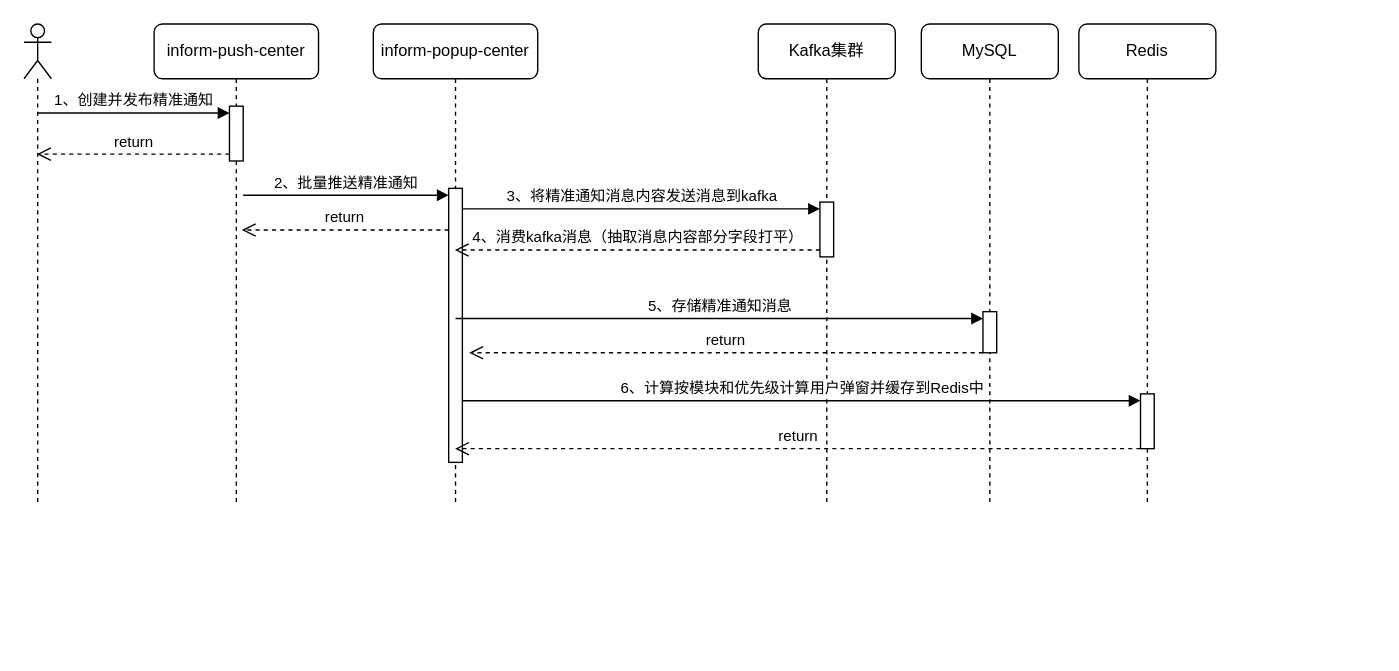
The draw.io diagram 创建并发布通知.drawio in git4long/gitdemo, before the edit. Source tidied: cells renumbered, new cells numbered last; positions are measured from the earlier drawing's top-left corner, leaving out a move shared by most shapes. Both pictures are drawn from the tidied source at 137%, with x=0, y=0 at pixel (23, 23).
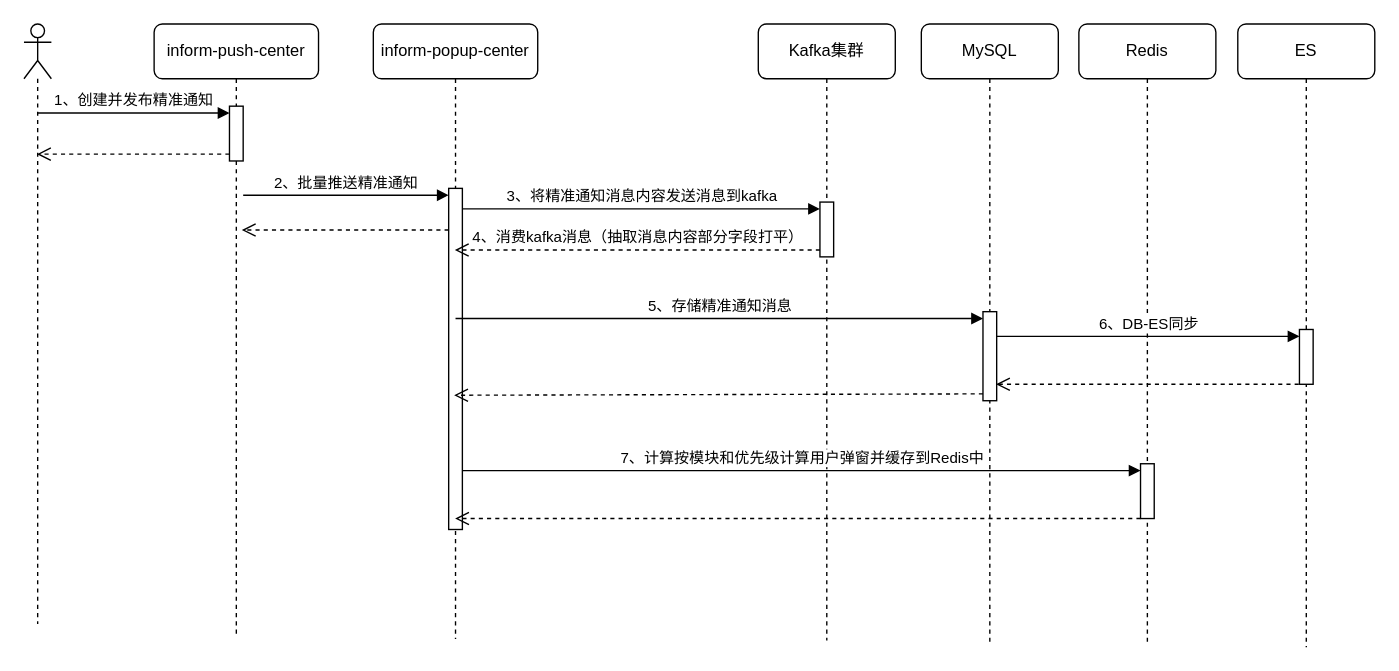
Above is the later version.

Commit message:
更新创建并发布通知.drawio

The change refers to these unchanged cells:
```xml
<mxCell id="3" style="html=1;points=[[0,0,0,0,5],[0,1,0,0,-5],[1,0,0,0,5],[1,1,0,0,-5]];perimeter=orthogonalPerimeter;outlineConnect=0;targetShapes=umlLifeline;portConstraint=eastwest;newEdgeStyle={&quot;curved&quot;:0,&quot;rounded&quot;:0};" parent="2" vertex="1">
  <mxGeometry x="55" y="60" width="10" height="40" as="geometry" />
</mxCell>
```

The edit, as a diff of the source:
```diff
@@
     <mxCell id="2" value="inform-push-center" style="shape=umlLifeline;whiteSpace=wrap;html=1;newEdgeStyle={&quot;curved&quot;:0,&quot;rounded&quot;:0};rounded=1;perimeter=rectanglePerimeter;targetShapes=umlLifeline;participant=label;" parent="1" vertex="1">
-      <mxGeometry x="95" width="120" height="350" as="geometry" />
+      <mxGeometry x="95" width="120" height="447" as="geometry" />
     </mxCell>
@@
     <mxCell id="4" style="shape=umlLifeline;perimeter=lifelinePerimeter;whiteSpace=wrap;html=1;outlineConnect=0;portConstraint=eastwest;newEdgeStyle={&quot;curved&quot;:0,&quot;rounded&quot;:0};participant=umlActor;" parent="1" vertex="1">
-      <mxGeometry width="20" height="350" as="geometry" />
+      <mxGeometry width="20" height="438" as="geometry" />
     </mxCell>
@@
-    <mxCell id="6" value="return" style="html=1;verticalAlign=bottom;endArrow=open;dashed=1;endSize=8;curved=0;rounded=0;exitX=0;exitY=1;exitDx=0;exitDy=-5;" parent="1" edge="1" source="3" target="4">
+    <mxCell id="6" style="html=1;verticalAlign=bottom;endArrow=open;dashed=1;endSize=8;curved=0;rounded=0;exitX=0;exitY=1;exitDx=0;exitDy=-5;" parent="1" edge="1" source="3" target="4">
       <mxGeometry relative="1" as="geometry" />
     </mxCell>
     <mxCell id="7" value="inform-popup-center" style="shape=umlLifeline;perimeter=lifelinePerimeter;whiteSpace=wrap;html=1;outlineConnect=0;portConstraint=eastwest;newEdgeStyle={&quot;curved&quot;:0,&quot;rounded&quot;:0};rounded=1;" parent="1" vertex="1">
-      <mxGeometry x="255" width="120" height="350" as="geometry" />
+      <mxGeometry x="255" width="120" height="449" as="geometry" />
     </mxCell>
     <mxCell id="8" style="html=1;points=[[0,0,0,0,5],[0,1,0,0,-5],[1,0,0,0,5],[1,1,0,0,-5]];perimeter=orthogonalPerimeter;outlineConnect=0;targetShapes=umlLifeline;portConstraint=eastwest;newEdgeStyle={&quot;curved&quot;:0,&quot;rounded&quot;:0};" parent="7" vertex="1">
-      <mxGeometry x="55" y="120" width="10" height="200" as="geometry" />
+      <mxGeometry x="55" y="120" width="10" height="249" as="geometry" />
     </mxCell>
@@
-    <mxCell id="10" value="return" style="html=1;verticalAlign=bottom;endArrow=open;dashed=1;endSize=8;curved=0;rounded=0;entryX=0.533;entryY=0.803;entryDx=0;entryDy=0;entryPerimeter=0;" parent="1" edge="1" source="8">
+    <mxCell id="10" style="html=1;verticalAlign=bottom;endArrow=open;dashed=1;endSize=8;curved=0;rounded=0;entryX=0.533;entryY=0.803;entryDx=0;entryDy=0;entryPerimeter=0;" parent="1" edge="1" source="8">
       <mxGeometry relative="1" as="geometry">
         <mxPoint x="159" y="150.4" as="targetPoint" />
       </mxGeometry>
     </mxCell>
     <mxCell id="11" value="Kafka集群" style="shape=umlLifeline;perimeter=lifelinePerimeter;whiteSpace=wrap;html=1;newEdgeStyle={&quot;curved&quot;:0,&quot;rounded&quot;:0};rounded=1;" parent="1" vertex="1">
-      <mxGeometry x="536" width="100" height="350" as="geometry" />
+      <mxGeometry x="536" width="100" height="450" as="geometry" />
     </mxCell>
@@
     <mxCell id="15" value="MySQL" style="shape=umlLifeline;perimeter=lifelinePerimeter;whiteSpace=wrap;html=1;newEdgeStyle={&quot;curved&quot;:0,&quot;rounded&quot;:0};rounded=1;" parent="1" vertex="1">
-      <mxGeometry x="655" width="100" height="350" as="geometry" />
+      <mxGeometry x="655" width="100" height="454" as="geometry" />
     </mxCell>
     <mxCell id="16" style="html=1;points=[[0,0,0,0,5],[0,1,0,0,-5],[1,0,0,0,5],[1,1,0,0,-5]];perimeter=orthogonalPerimeter;outlineConnect=0;targetShapes=umlLifeline;portConstraint=eastwest;newEdgeStyle={&quot;curved&quot;:0,&quot;rounded&quot;:0};" parent="15" vertex="1">
-      <mxGeometry x="45" y="210" width="10" height="30" as="geometry" />
+      <mxGeometry x="45" y="210" width="10" height="65" as="geometry" />
     </mxCell>
@@
-    <mxCell id="18" value="return" style="html=1;verticalAlign=bottom;endArrow=open;dashed=1;endSize=8;curved=0;rounded=0;" parent="1" edge="1">
+    <mxCell id="18" style="html=1;verticalAlign=bottom;endArrow=open;dashed=1;endSize=8;curved=0;rounded=0;exitX=0;exitY=1;exitDx=0;exitDy=-5;exitPerimeter=0;" parent="1" edge="1" source="16">
       <mxGeometry relative="1" as="geometry">
-        <mxPoint x="700" y="240" as="sourcePoint" />
-        <mxPoint x="325" y="240" as="targetPoint" />
+        <mxPoint x="314" y="271" as="targetPoint" />
       </mxGeometry>
     </mxCell>
     <mxCell id="19" value="Redis" style="shape=umlLifeline;perimeter=lifelinePerimeter;whiteSpace=wrap;html=1;newEdgeStyle={&quot;curved&quot;:0,&quot;rounded&quot;:0};rounded=1;" parent="1" vertex="1">
-      <mxGeometry x="770" width="100" height="350" as="geometry" />
+      <mxGeometry x="770" width="100" height="453" as="geometry" />
     </mxCell>
     <mxCell id="20" style="html=1;points=[[0,0,0,0,5],[0,1,0,0,-5],[1,0,0,0,5],[1,1,0,0,-5]];perimeter=orthogonalPerimeter;outlineConnect=0;targetShapes=umlLifeline;portConstraint=eastwest;newEdgeStyle={&quot;curved&quot;:0,&quot;rounded&quot;:0};" parent="19" vertex="1">
-      <mxGeometry x="45" y="270" width="10" height="40" as="geometry" />
+      <mxGeometry x="45" y="321" width="10" height="40" as="geometry" />
     </mxCell>
+    <mxCell id="23" value="6、DB-ES同步" style="html=1;verticalAlign=bottom;endArrow=block;curved=0;rounded=0;entryX=0;entryY=0;entryDx=0;entryDy=5;" parent="19" edge="1" target="26">
+      <mxGeometry relative="1" as="geometry">
+        <mxPoint x="-60" y="228" as="sourcePoint" />
+      </mxGeometry>
+    </mxCell>
+    <mxCell id="24" style="html=1;verticalAlign=bottom;endArrow=open;dashed=1;endSize=8;curved=0;rounded=0;exitX=0;exitY=1;exitDx=0;exitDy=-5;" parent="19" edge="1">
+      <mxGeometry relative="1" as="geometry">
+        <mxPoint x="160.5" y="263" as="sourcePoint" />
+        <mxPoint x="-60.5" y="263" as="targetPoint" />
+      </mxGeometry>
+    </mxCell>
-    <mxCell id="21" value="6、计算按模块和优先级计算用户弹窗并缓存到Redis中" style="html=1;verticalAlign=bottom;endArrow=block;curved=0;rounded=0;entryX=0;entryY=0;entryDx=0;entryDy=5;" parent="1" edge="1" target="20">
+    <mxCell id="21" value="7、计算按模块和优先级计算用户弹窗并缓存到Redis中" style="html=1;verticalAlign=bottom;endArrow=block;curved=0;rounded=0;entryX=0;entryY=0;entryDx=0;entryDy=5;" parent="1" edge="1" target="20">
       <mxGeometry relative="1" as="geometry">
-        <mxPoint x="320" y="275" as="sourcePoint" />
+        <mxPoint x="320" y="326" as="sourcePoint" />
       </mxGeometry>
     </mxCell>
-    <mxCell id="22" value="return" style="html=1;verticalAlign=bottom;endArrow=open;dashed=1;endSize=8;curved=0;rounded=0;" parent="1" edge="1">
+    <mxCell id="22" style="html=1;verticalAlign=bottom;endArrow=open;dashed=1;endSize=8;curved=0;rounded=0;" parent="1" edge="1">
       <mxGeometry relative="1" as="geometry">
-        <mxPoint x="815" y="310" as="sourcePoint" />
-        <mxPoint x="314.7" y="310" as="targetPoint" />
+        <mxPoint x="815" y="361" as="sourcePoint" />
+        <mxPoint x="314.7" y="361" as="targetPoint" />
       </mxGeometry>
     </mxCell>
+    <mxCell id="25" value="ES" style="shape=umlLifeline;perimeter=lifelinePerimeter;whiteSpace=wrap;html=1;newEdgeStyle={&quot;curved&quot;:0,&quot;rounded&quot;:0};rounded=1;" parent="1" vertex="1">
+      <mxGeometry x="886" width="100" height="455" as="geometry" />
+    </mxCell>
+    <mxCell id="26" style="html=1;points=[[0,0,0,0,5],[0,1,0,0,-5],[1,0,0,0,5],[1,1,0,0,-5]];perimeter=orthogonalPerimeter;outlineConnect=0;targetShapes=umlLifeline;portConstraint=eastwest;newEdgeStyle={&quot;curved&quot;:0,&quot;rounded&quot;:0};" parent="25" vertex="1">
+      <mxGeometry x="45" y="223" width="10" height="40" as="geometry" />
+    </mxCell>
```
